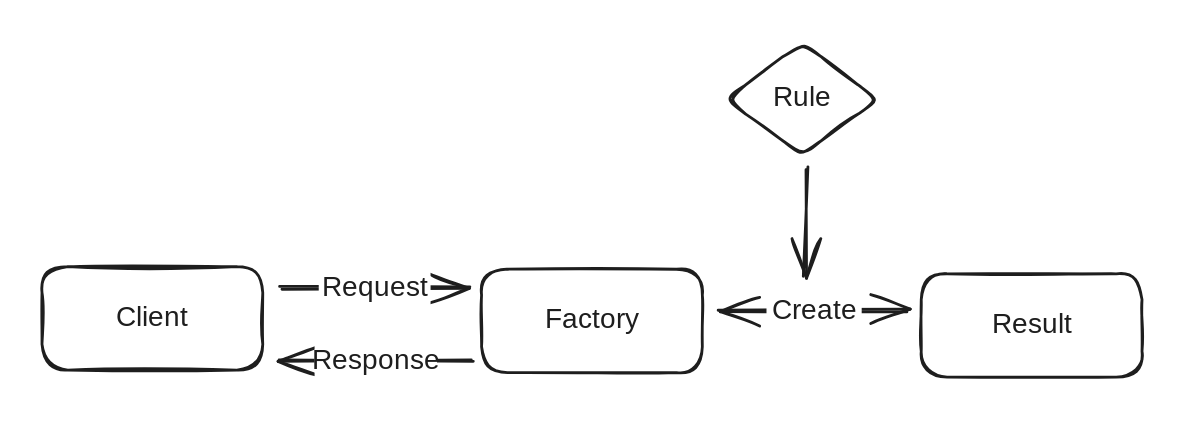
The Excalidraw diagram .gitbook/assets/file.excalidraw (1).svg in Junnyjun/junlog, before a commit. Source tidied: one line per element, renumbered; positions are measured from the earlier drawing's top-left corner, leaving out a move shared by most shapes.
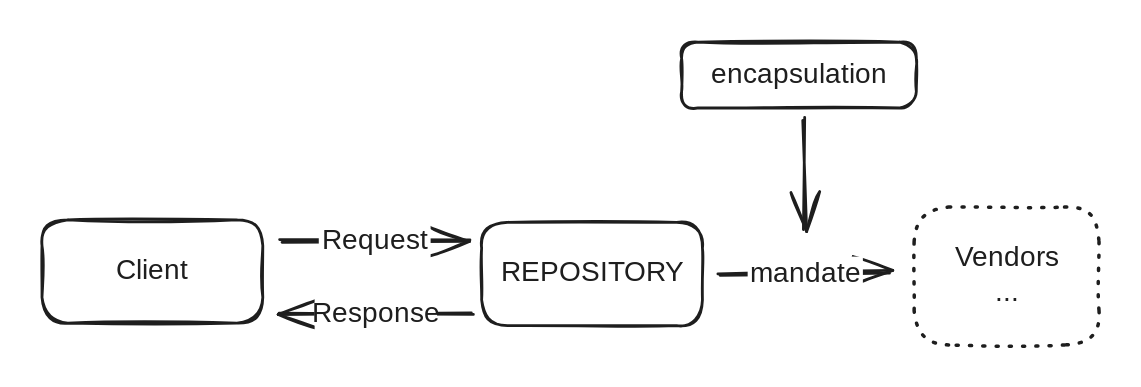
Later version of the same file.

Commit message:
GITBOOK-1104: No subject

Changes from GITBOOK-1103 … GITBOOK-1103

The edit, as a diff of the source:
```diff
@@ -5,11 +5,11 @@
 {"id": 4, "type": "arrow", "strokeColor": "#1e1e1e", "strokeWidth": 2, "roughness": 1, "endArrowhead": "arrow", "round": true, "from": 6, "to": 0, "x": 308, "y": 228, "width": 139, "height": 0, "points": [[0, 0], [-139, 0]]}
 {"id": 5, "type": "text", "text": "Response", "strokeColor": "#1e1e1e", "strokeWidth": 2, "roughness": 1, "fontSize": 20, "fontFamily": 1, "textAlign": "center", "verticalAlign": "middle", "inside": 4, "x": 195, "y": 216, "width": 87, "height": 25}
 {"id": 6, "type": "rectangle", "strokeColor": "#1e1e1e", "strokeWidth": 2, "roughness": 1, "round": true, "x": 314, "y": 162, "width": 158, "height": 74}
-{"id": 7, "type": "text", "text": "Factory", "strokeColor": "#1e1e1e", "strokeWidth": 2, "roughness": 1, "fontSize": 20, "fontFamily": 1, "textAlign": "center", "verticalAlign": "middle", "inside": 6, "x": 355, "y": 187, "width": 75, "height": 25}
+{"id": 7, "type": "text", "text": "REPOSITORY", "strokeColor": "#1e1e1e", "strokeWidth": 2, "roughness": 1, "fontSize": 20, "fontFamily": 1, "textAlign": "center", "verticalAlign": "middle", "inside": 6, "x": 327, "y": 187, "width": 132, "height": 25}
-{"id": 8, "type": "arrow", "strokeColor": "#1e1e1e", "strokeWidth": 2, "roughness": 1, "startArrowhead": "arrow", "endArrowhead": "arrow", "round": true, "from": 6, "to": 10, "x": 485, "y": 193, "width": 134, "height": 0, "points": [[0, 0], [134, 0]]}
+{"id": 8, "type": "arrow", "strokeColor": "#1e1e1e", "strokeWidth": 2, "roughness": 1, "endArrowhead": "arrow", "round": true, "from": 6, "to": 18, "x": 484, "y": 200, "width": 122, "height": 2, "points": [[0, 0], [122, -2]]}
-{"id": 9, "type": "text", "text": "Create", "strokeColor": "#1e1e1e", "strokeWidth": 2, "roughness": 1, "fontSize": 20, "fontFamily": 1, "textAlign": "center", "verticalAlign": "middle", "inside": 8, "x": 518, "y": 180, "width": 68, "height": 25}
-{"id": 10, "type": "rectangle", "strokeColor": "#1e1e1e", "strokeWidth": 2, "roughness": 1, "round": true, "x": 628, "y": 165, "width": 158, "height": 74}
-{"id": 11, "type": "text", "text": "Result", "strokeColor": "#1e1e1e", "strokeWidth": 2, "roughness": 1, "fontSize": 20, "fontFamily": 1, "textAlign": "center", "verticalAlign": "middle", "inside": 10, "x": 675, "y": 190, "width": 63, "height": 25}
+{"id": 15, "type": "text", "text": "mandate", "strokeColor": "#1e1e1e", "strokeWidth": 2, "roughness": 1, "fontSize": 20, "fontFamily": 1, "textAlign": "center", "verticalAlign": "middle", "inside": 8, "x": 510, "y": 180, "width": 82, "height": 25}
-{"id": 12, "type": "arrow", "strokeColor": "#1e1e1e", "strokeWidth": 2, "roughness": 1, "endArrowhead": "arrow", "round": true, "from": 13, "x": 547, "y": 90, "width": 2, "height": 78, "points": [[0, 0], [-2, 78]]}
+{"id": 12, "type": "arrow", "strokeColor": "#1e1e1e", "strokeWidth": 2, "roughness": 1, "endArrowhead": "arrow", "round": true, "from": 16, "x": 545, "y": 88, "width": 0, "height": 80, "points": [[0, 0], [0, 80]]}
-{"id": 13, "type": "diamond", "strokeColor": "#1e1e1e", "strokeWidth": 2, "roughness": 1, "round": true, "x": 489, "y": 0, "width": 108, "height": 81}
-{"id": 14, "type": "text", "text": "Rule", "strokeColor": "#1e1e1e", "strokeWidth": 2, "roughness": 1, "fontSize": 20, "fontFamily": 1, "textAlign": "center", "verticalAlign": "middle", "inside": 13, "x": 522, "y": 28, "width": 41, "height": 25}
+{"id": 16, "type": "rectangle", "strokeColor": "#1e1e1e", "strokeWidth": 2, "roughness": 1, "round": true, "x": 457, "y": 34, "width": 168, "height": 47}
+{"id": 17, "type": "text", "text": "encapsulation", "strokeColor": "#1e1e1e", "strokeWidth": 2, "roughness": 1, "fontSize": 20, "fontFamily": 1, "textAlign": "center", "verticalAlign": "middle", "inside": 16, "x": 475, "y": 45, "width": 130, "height": 25}
+{"id": 18, "type": "rectangle", "strokeColor": "#1e1e1e", "strokeWidth": 2, "strokeStyle": "dotted", "roughness": 1, "round": true, "x": 623, "y": 151, "width": 132, "height": 98}
+{"id": 19, "type": "text", "text": "Vendors\n...", "strokeColor": "#1e1e1e", "strokeWidth": 2, "strokeStyle": "dotted", "roughness": 1, "fontSize": 20, "fontFamily": 1, "textAlign": "center", "verticalAlign": "middle", "inside": 18, "x": 653, "y": 176, "width": 73, "height": 50}
```
